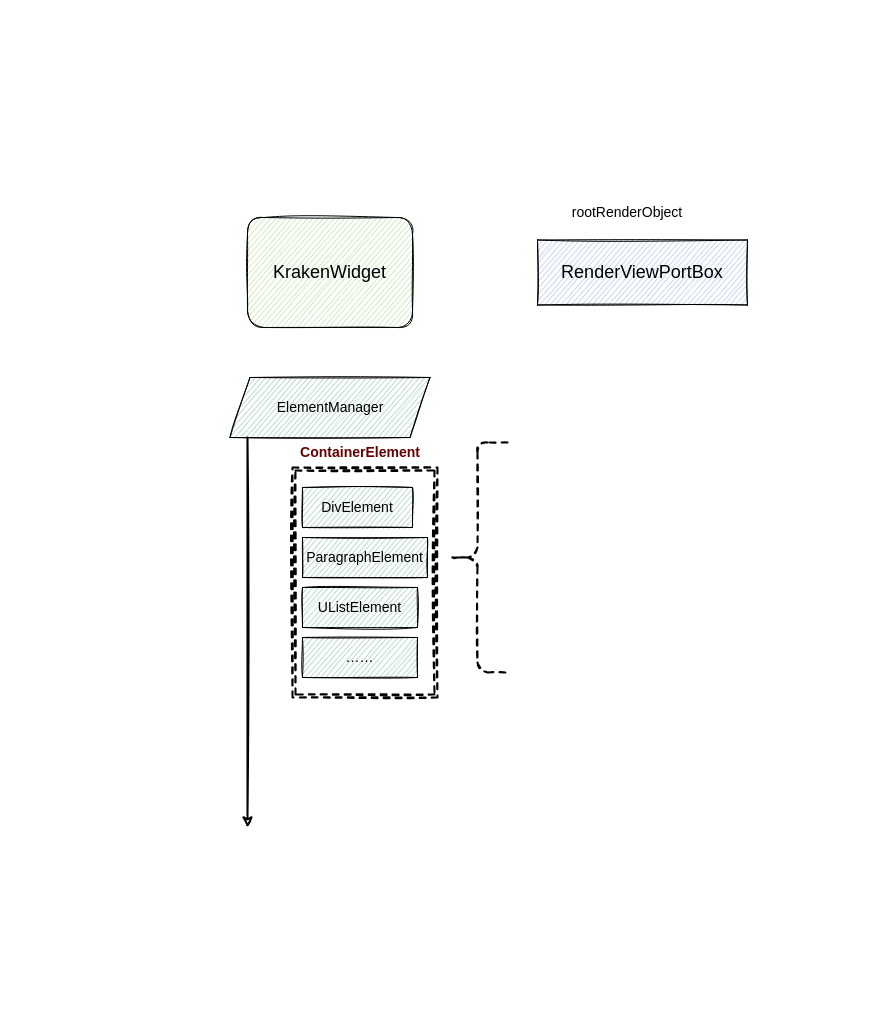
Before: app/Untitled Diagram.drawio in battleAgain/blurring, a draw.io diagram. Source tidied: cells renumbered, new cells numbered last; positions are measured from the earlier drawing's top-left corner, leaving out a move shared by most shapes. Both pictures are drawn from the tidied source at 100%, with x=0, y=0 at pixel (229, 197).
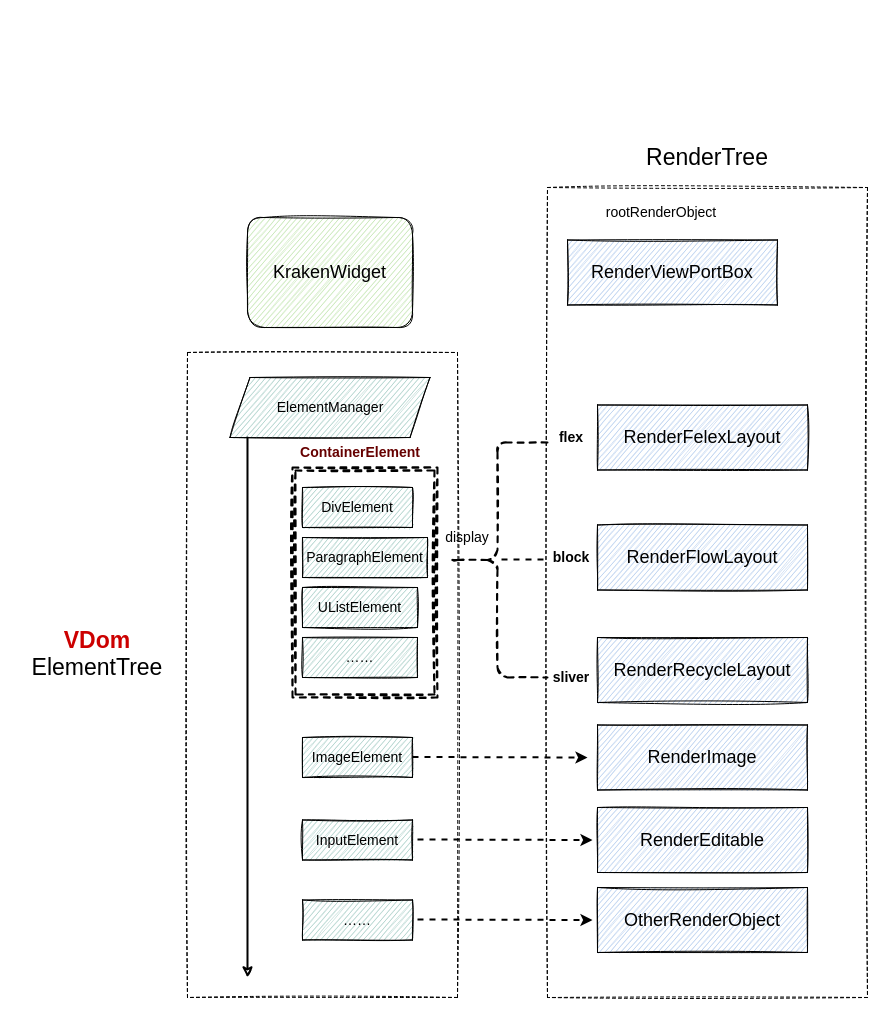
Above is the later version.

What changed in the source:
```diff
@@
+    <mxCell id="14" style="rounded=0;whiteSpace=wrap;html=1;dashed=1;sketch=1;fontSize=14;fontColor=#000000;strokeWidth=1;fillColor=none;" parent="1" vertex="1">
+      <mxGeometry x="-42" y="155" width="270" height="645" as="geometry" />
+    </mxCell>
+    <mxCell id="11" style="shape=ext;double=1;rounded=0;whiteSpace=wrap;html=1;dashed=1;sketch=1;fontSize=14;fontColor=#000000;strokeWidth=2;fillColor=none;" parent="1" vertex="1">
+      <mxGeometry x="63" y="270" width="145" height="230" as="geometry" />
+    </mxCell>
@@
     <mxCell id="3" value="RenderViewPortBox" style="rounded=0;whiteSpace=wrap;html=1;fontSize=18;fillColor=#A9C4EB;sketch=1;" parent="1" vertex="1">
-      <mxGeometry x="308" y="42.5" width="210" height="65" as="geometry" />
+      <mxGeometry x="338" y="42.5" width="210" height="65" as="geometry" />
     </mxCell>
     <mxCell id="4" value="rootRenderObject" style="text;html=1;strokeColor=none;fillColor=none;align=center;verticalAlign=middle;whiteSpace=wrap;rounded=0;fontSize=14;fontColor=#000000;sketch=1;" parent="1" vertex="1">
-      <mxGeometry x="328" width="140" height="30" as="geometry" />
+      <mxGeometry x="362" width="140" height="30" as="geometry" />
     </mxCell>
@@
     <mxCell id="6" style="endArrow=classic;html=1;fontSize=14;fontColor=#000000;sketch=1;strokeWidth=2;" parent="1" edge="1">
       <mxGeometry relative="1" as="geometry">
         <mxPoint x="18" y="240" as="sourcePoint" />
-        <mxPoint x="18" y="630" as="targetPoint" />
+        <mxPoint x="18" y="780" as="targetPoint" />
       </mxGeometry>
     </mxCell>
@@
-    <mxCell id="11" style="shape=ext;double=1;rounded=0;whiteSpace=wrap;html=1;dashed=1;sketch=1;fontSize=14;fontColor=#000000;strokeWidth=2;fillColor=none;" parent="1" vertex="1">
-      <mxGeometry x="63" y="270" width="145" height="230" as="geometry" />
-    </mxCell>
@@
-    <mxCell id="13" style="shape=curlyBracket;whiteSpace=wrap;html=1;rounded=1;dashed=1;sketch=1;fontSize=14;fontColor=#660000;strokeWidth=2;fillColor=none;" parent="1" vertex="1">
-      <mxGeometry x="218" y="245" width="60" height="230" as="geometry" />
+    <mxCell id="13" style="shape=curlyBracket;whiteSpace=wrap;html=1;rounded=1;dashed=1;sketch=1;fontSize=14;fontColor=#660000;strokeWidth=2;fillColor=none;size=0.5;" parent="1" vertex="1">
+      <mxGeometry x="218" y="245" width="100" height="235" as="geometry" />
     </mxCell>
+    <mxCell id="15" value="display" style="text;html=1;strokeColor=none;fillColor=none;align=center;verticalAlign=middle;whiteSpace=wrap;rounded=0;dashed=1;sketch=1;fontSize=14;" parent="1" vertex="1">
+      <mxGeometry x="218" y="330" width="40" height="20" as="geometry" />
+    </mxCell>
+    <mxCell id="16" value="flex" style="text;html=1;strokeColor=none;fillColor=none;align=center;verticalAlign=middle;whiteSpace=wrap;rounded=0;dashed=1;sketch=1;fontSize=14;fontStyle=1;" parent="1" vertex="1">
+      <mxGeometry x="322" y="230" width="40" height="20" as="geometry" />
+    </mxCell>
+    <mxCell id="17" value="RenderFelexLayout" style="rounded=0;whiteSpace=wrap;html=1;fontSize=18;fillColor=#A9C4EB;sketch=1;" parent="1" vertex="1">
+      <mxGeometry x="368" y="207.5" width="210" height="65" as="geometry" />
+    </mxCell>
+    <mxCell id="18" style="endArrow=none;html=1;fontSize=14;fontColor=#000000;strokeWidth=2;dashed=1;" parent="1" edge="1">
+      <mxGeometry relative="1" as="geometry">
+        <mxPoint x="272" y="362" as="sourcePoint" />
+        <mxPoint x="318" y="362" as="targetPoint" />
+      </mxGeometry>
+    </mxCell>
+    <mxCell id="19" value="block" style="text;html=1;strokeColor=none;fillColor=none;align=center;verticalAlign=middle;whiteSpace=wrap;rounded=0;dashed=1;sketch=1;fontSize=14;fontStyle=1;" parent="1" vertex="1">
+      <mxGeometry x="322" y="350" width="40" height="20" as="geometry" />
+    </mxCell>
+    <mxCell id="20" value="RenderFlowLayout" style="rounded=0;whiteSpace=wrap;html=1;fontSize=18;fillColor=#A9C4EB;sketch=1;" parent="1" vertex="1">
+      <mxGeometry x="368" y="327.5" width="210" height="65" as="geometry" />
+    </mxCell>
+    <mxCell id="21" value="sliver" style="text;html=1;strokeColor=none;fillColor=none;align=center;verticalAlign=middle;whiteSpace=wrap;rounded=0;dashed=1;sketch=1;fontSize=14;fontStyle=1;" parent="1" vertex="1">
+      <mxGeometry x="322" y="470" width="40" height="20" as="geometry" />
+    </mxCell>
+    <mxCell id="22" value="RenderRecycleLayout" style="rounded=0;whiteSpace=wrap;html=1;fontSize=18;fillColor=#A9C4EB;sketch=1;" parent="1" vertex="1">
+      <mxGeometry x="368" y="440" width="210" height="65" as="geometry" />
+    </mxCell>
+    <mxCell id="23" value="ImageElement" style="rounded=0;whiteSpace=wrap;html=1;fontSize=14;fontColor=#000000;fillColor=#9AC7BF;sketch=1;" parent="1" vertex="1">
+      <mxGeometry x="73" y="540" width="110" height="40" as="geometry" />
+    </mxCell>
+    <mxCell id="24" value="InputElement" style="rounded=0;whiteSpace=wrap;html=1;fontSize=14;fontColor=#000000;fillColor=#9AC7BF;sketch=1;" parent="1" vertex="1">
+      <mxGeometry x="73" y="622.5" width="110" height="40" as="geometry" />
+    </mxCell>
+    <mxCell id="25" style="endArrow=classic;html=1;dashed=1;fontSize=14;fontColor=#000000;strokeWidth=2;" parent="1" edge="1">
+      <mxGeometry relative="1" as="geometry">
+        <mxPoint x="183" y="559.5" as="sourcePoint" />
+        <mxPoint x="358" y="560" as="targetPoint" />
+      </mxGeometry>
+    </mxCell>
+    <mxCell id="26" value="RenderImage" style="rounded=0;whiteSpace=wrap;html=1;fontSize=18;fillColor=#A9C4EB;sketch=1;" parent="1" vertex="1">
+      <mxGeometry x="368" y="527.5" width="210" height="65" as="geometry" />
+    </mxCell>
+    <mxCell id="27" style="endArrow=classic;html=1;dashed=1;fontSize=14;fontColor=#000000;strokeWidth=2;" parent="1" edge="1">
+      <mxGeometry relative="1" as="geometry">
+        <mxPoint x="188" y="642" as="sourcePoint" />
+        <mxPoint x="363" y="642.5" as="targetPoint" />
+      </mxGeometry>
+    </mxCell>
+    <mxCell id="28" value="RenderEditable" style="rounded=0;whiteSpace=wrap;html=1;fontSize=18;fillColor=#A9C4EB;sketch=1;" parent="1" vertex="1">
+      <mxGeometry x="368" y="610" width="210" height="65" as="geometry" />
+    </mxCell>
+    <mxCell id="29" value="……" style="rounded=0;whiteSpace=wrap;html=1;fontSize=14;fontColor=#000000;fillColor=#9AC7BF;sketch=1;" parent="1" vertex="1">
+      <mxGeometry x="73" y="702.5" width="110" height="40" as="geometry" />
+    </mxCell>
+    <mxCell id="30" style="endArrow=classic;html=1;dashed=1;fontSize=14;fontColor=#000000;strokeWidth=2;" parent="1" edge="1">
+      <mxGeometry relative="1" as="geometry">
+        <mxPoint x="188" y="722" as="sourcePoint" />
+        <mxPoint x="363" y="722.5" as="targetPoint" />
+      </mxGeometry>
+    </mxCell>
+    <mxCell id="31" value="OtherRenderObject" style="rounded=0;whiteSpace=wrap;html=1;fontSize=18;fillColor=#A9C4EB;sketch=1;" parent="1" vertex="1">
+      <mxGeometry x="368" y="690" width="210" height="65" as="geometry" />
+    </mxCell>
+    <mxCell id="32" value="ElementTree" style="text;html=1;strokeColor=none;fillColor=none;align=center;verticalAlign=middle;whiteSpace=wrap;rounded=0;dashed=1;sketch=1;fontSize=23;fontColor=#000000;" parent="1" vertex="1">
+      <mxGeometry x="-212" y="330" width="160" height="280" as="geometry" />
+    </mxCell>
+    <mxCell id="33" value="VDom" style="text;html=1;strokeColor=none;fillColor=none;align=center;verticalAlign=middle;whiteSpace=wrap;rounded=0;dashed=1;sketch=1;fontSize=23;fontColor=#CC0000;fontStyle=1;" parent="1" vertex="1">
+      <mxGeometry x="-152" y="432.5" width="40" height="20" as="geometry" />
+    </mxCell>
+    <mxCell id="34" style="rounded=0;whiteSpace=wrap;html=1;dashed=1;sketch=1;fontSize=14;fontColor=#000000;strokeWidth=1;fillColor=none;" parent="1" vertex="1">
+      <mxGeometry x="318" y="-10" width="320" height="810" as="geometry" />
+    </mxCell>
+    <mxCell id="35" value="RenderTree" style="text;html=1;strokeColor=none;fillColor=none;align=center;verticalAlign=middle;whiteSpace=wrap;rounded=0;dashed=1;sketch=1;fontSize=23;fontColor=#000000;" parent="1" vertex="1">
+      <mxGeometry x="398" y="-180" width="160" height="280" as="geometry" />
+    </mxCell>
```
